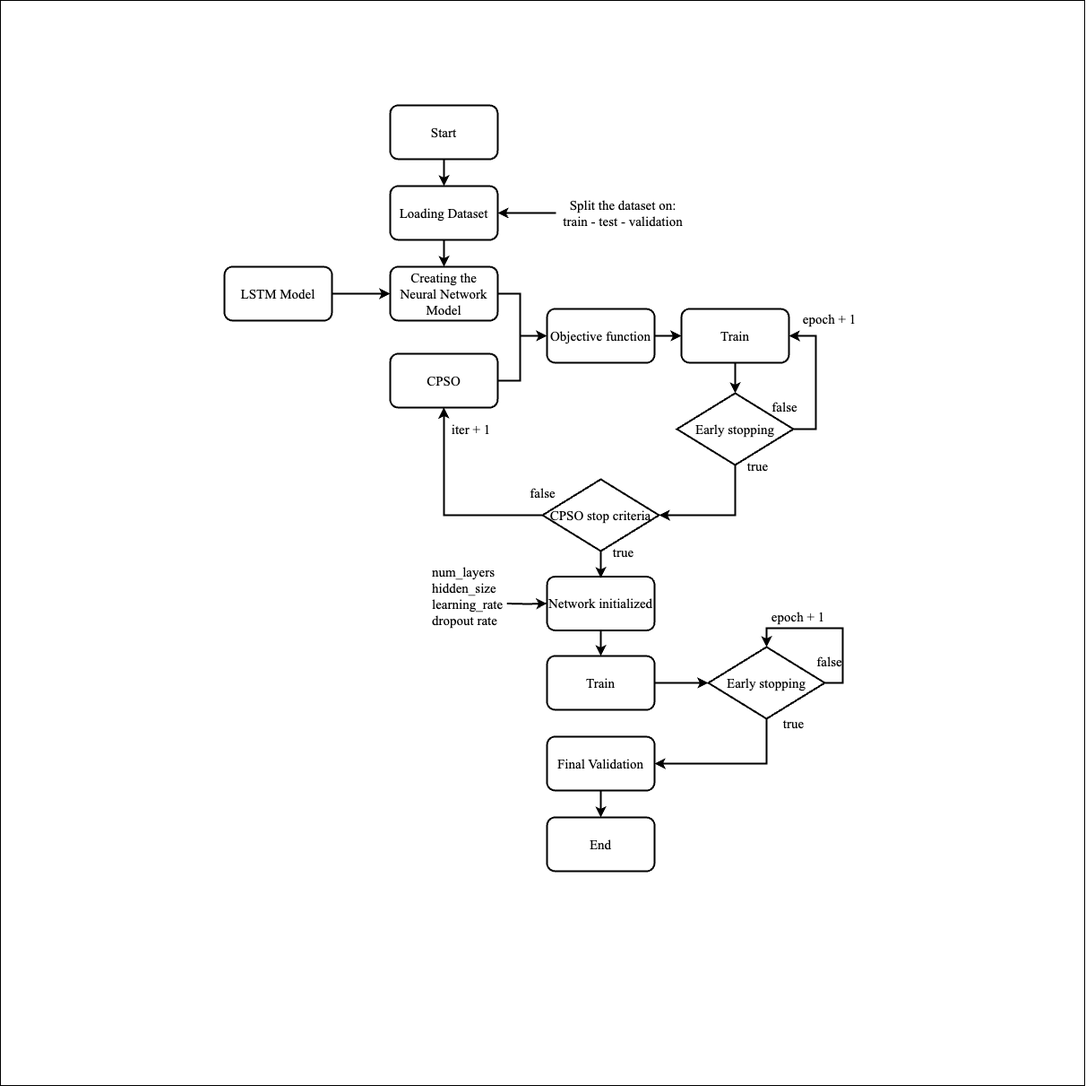
GiovanniIacuzzo/water-4.0 keeps this draw.io diagram as LSTM-CPSO-MODEL.png. Above is the earlier version. Source tidied: cells renumbered, new cells last; positions are measured from the earlier drawing's top-left corner, leaving out a move shared by most shapes.
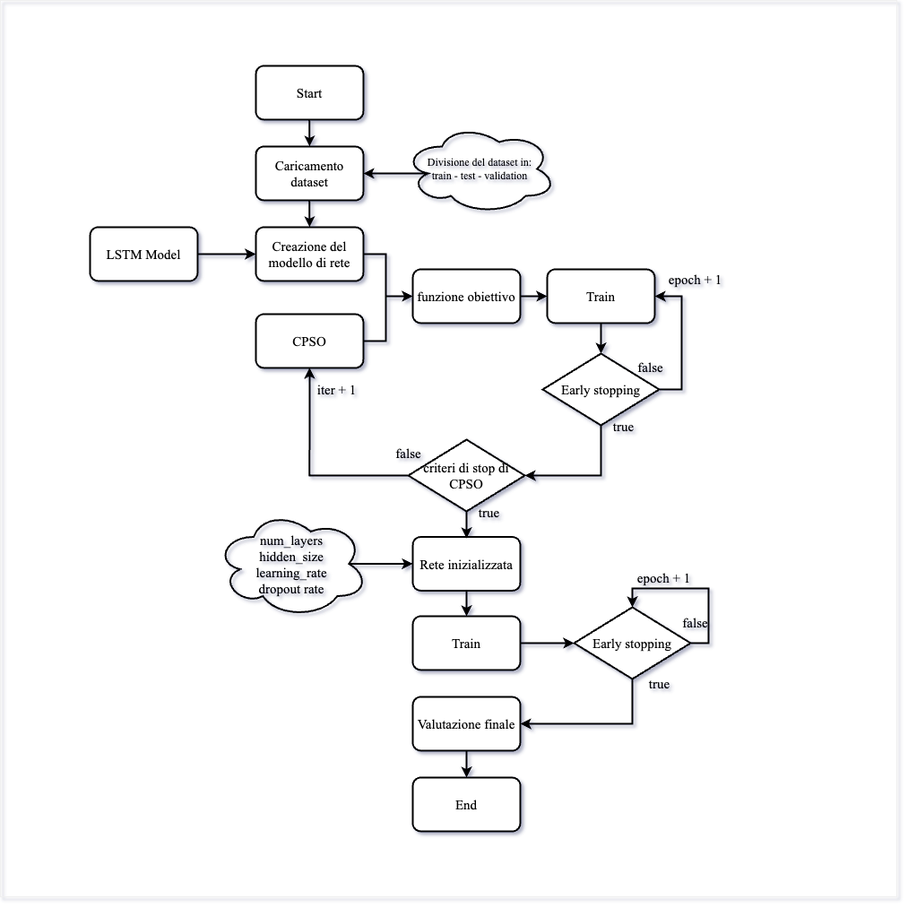
Above is the later version.

Commit message:
Rimuovi emoji dai messaggi di log e aggiungi visualizzazione dei primi 3 scenari

The edit, as a diff of the source:
```diff
@@ -11,15 +11,12 @@
     <mxCell id="4" style="edgeStyle=orthogonalEdgeStyle;shape=connector;rounded=0;jettySize=auto;html=1;labelBackgroundColor=default;strokeColor=#000000;strokeWidth=2;align=center;verticalAlign=middle;fontFamily=Helvetica;fontSize=11;fontColor=default;endArrow=classic;" parent="1" edge="1" source="5" target="9">
       <mxGeometry relative="1" as="geometry" />
     </mxCell>
-    <mxCell id="5" value="&lt;font face=&quot;Times New Roman&quot; color=&quot;#000000&quot; style=&quot;font-size: 15px;&quot;&gt;Loading Dataset&lt;/font&gt;" style="rounded=1;whiteSpace=wrap;html=1;strokeWidth=2;strokeColor=#000000;fillColor=#FFFFFF;" parent="1" vertex="1">
+    <mxCell id="5" value="&lt;font face=&quot;Times New Roman&quot; color=&quot;#000000&quot; style=&quot;font-size: 15px;&quot;&gt;Caricamento dataset&lt;/font&gt;" style="rounded=1;whiteSpace=wrap;html=1;strokeWidth=2;strokeColor=#000000;fillColor=#FFFFFF;" parent="1" vertex="1">
       <mxGeometry x="434.9" y="207" width="120" height="60" as="geometry" />
     </mxCell>
-    <mxCell id="6" style="edgeStyle=orthogonalEdgeStyle;shape=connector;rounded=0;jettySize=auto;html=1;labelBackgroundColor=default;strokeColor=#000000;strokeWidth=2;align=center;verticalAlign=middle;fontFamily=Helvetica;fontSize=11;fontColor=default;endArrow=classic;" parent="1" edge="1" source="7" target="5">
+    <mxCell id="6" style="edgeStyle=orthogonalEdgeStyle;shape=connector;rounded=0;jettySize=auto;html=1;labelBackgroundColor=default;strokeColor=#000000;strokeWidth=2;align=center;verticalAlign=middle;fontFamily=Helvetica;fontSize=11;fontColor=default;endArrow=classic;exitX=0.16;exitY=0.55;exitDx=0;exitDy=0;exitPerimeter=0;" parent="1" edge="1" source="46" target="5">
       <mxGeometry relative="1" as="geometry" />
     </mxCell>
-    <mxCell id="7" value="&lt;font color=&quot;#000000&quot;&gt;&lt;font style=&quot;font-size: 15px;&quot; face=&quot;Times New Roman&quot;&gt;Split the dataset on: train - test - validation&lt;/font&gt;&lt;br&gt;&lt;/font&gt;" style="text;html=1;strokeColor=none;fillColor=none;align=center;verticalAlign=middle;whiteSpace=wrap;rounded=0;fontSize=11;fontFamily=Helvetica;fontColor=default;" parent="1" vertex="1">
-      <mxGeometry x="619.9" y="207" width="150" height="60" as="geometry" />
-    </mxCell>
     <mxCell id="8" style="edgeStyle=orthogonalEdgeStyle;shape=connector;rounded=0;jettySize=auto;html=1;entryX=0;entryY=0.5;entryDx=0;entryDy=0;labelBackgroundColor=default;strokeColor=#000000;strokeWidth=2;align=center;verticalAlign=middle;fontFamily=Helvetica;fontSize=11;fontColor=default;endArrow=classic;" parent="1" edge="1" source="9" target="28">
       <mxGeometry relative="1" as="geometry">
         <Array as="points">
@@ -28,7 +25,7 @@
         </Array>
       </mxGeometry>
     </mxCell>
-    <mxCell id="9" value="&lt;font face=&quot;Times New Roman&quot; color=&quot;#000000&quot; style=&quot;font-size: 15px;&quot;&gt;Creating the Neural Network Model&lt;/font&gt;" style="rounded=1;whiteSpace=wrap;html=1;strokeWidth=2;strokeColor=#000000;fillColor=#FFFFFF;" parent="1" vertex="1">
+    <mxCell id="9" value="&lt;font face=&quot;Times New Roman&quot; color=&quot;#000000&quot; style=&quot;font-size: 15px;&quot;&gt;Creazione del modello di rete&lt;/font&gt;" style="rounded=1;whiteSpace=wrap;html=1;strokeWidth=2;strokeColor=#000000;fillColor=#FFFFFF;" parent="1" vertex="1">
       <mxGeometry x="434.9" y="297" width="120" height="60" as="geometry" />
     </mxCell>
     <mxCell id="10" style="edgeStyle=orthogonalEdgeStyle;shape=connector;rounded=0;jettySize=auto;html=1;entryX=0;entryY=0.5;entryDx=0;entryDy=0;labelBackgroundColor=default;strokeColor=#000000;strokeWidth=2;align=center;verticalAlign=middle;fontFamily=Helvetica;fontSize=11;fontColor=default;endArrow=classic;" parent="1" edge="1" source="11" target="28">
@@ -45,7 +42,7 @@
     <mxCell id="12" style="edgeStyle=orthogonalEdgeStyle;shape=connector;rounded=0;jettySize=auto;html=1;labelBackgroundColor=default;strokeColor=#000000;strokeWidth=2;align=center;verticalAlign=middle;fontFamily=Helvetica;fontSize=11;fontColor=default;endArrow=classic;" parent="1" edge="1" source="13" target="20">
       <mxGeometry relative="1" as="geometry" />
     </mxCell>
-    <mxCell id="13" value="&lt;font face=&quot;Times New Roman&quot; color=&quot;#000000&quot;&gt;&lt;span style=&quot;font-size: 15px;&quot;&gt;Network initialized&lt;/span&gt;&lt;/font&gt;" style="rounded=1;whiteSpace=wrap;html=1;strokeWidth=2;strokeColor=#000000;fillColor=#FFFFFF;" parent="1" vertex="1">
+    <mxCell id="13" value="&lt;font face=&quot;Times New Roman&quot; color=&quot;#000000&quot; style=&quot;font-size: 15px;&quot;&gt;Rete inizializzata&lt;/font&gt;" style="rounded=1;whiteSpace=wrap;html=1;strokeWidth=2;strokeColor=#000000;fillColor=#FFFFFF;" parent="1" vertex="1">
       <mxGeometry x="610" y="642.5" width="120" height="60" as="geometry" />
     </mxCell>
     <mxCell id="14" style="edgeStyle=orthogonalEdgeStyle;shape=connector;rounded=0;jettySize=auto;html=1;entryX=1;entryY=0.5;entryDx=0;entryDy=0;labelBackgroundColor=default;strokeColor=#000000;strokeWidth=2;align=center;verticalAlign=middle;fontFamily=Helvetica;fontSize=11;fontColor=default;endArrow=classic;" parent="1" edge="1" source="16" target="18">
@@ -81,7 +78,7 @@
     <mxCell id="21" style="edgeStyle=orthogonalEdgeStyle;shape=connector;rounded=0;jettySize=auto;html=1;labelBackgroundColor=default;strokeColor=#000000;strokeWidth=2;align=center;verticalAlign=middle;fontFamily=Helvetica;fontSize=11;fontColor=default;endArrow=classic;" parent="1" edge="1" source="22" target="23">
       <mxGeometry relative="1" as="geometry" />
     </mxCell>
-    <mxCell id="22" value="&lt;font face=&quot;Times New Roman&quot; color=&quot;#000000&quot; style=&quot;font-size: 15px;&quot;&gt;Final Validation&lt;br&gt;&lt;/font&gt;" style="rounded=1;whiteSpace=wrap;html=1;strokeWidth=2;strokeColor=#000000;fillColor=#FFFFFF;" parent="1" vertex="1">
+    <mxCell id="22" value="&lt;font face=&quot;Times New Roman&quot; color=&quot;#000000&quot; style=&quot;font-size: 15px;&quot;&gt;Valutazione finale&lt;br&gt;&lt;/font&gt;" style="rounded=1;whiteSpace=wrap;html=1;strokeWidth=2;strokeColor=#000000;fillColor=#FFFFFF;" parent="1" vertex="1">
       <mxGeometry x="610" y="821" width="120" height="60" as="geometry" />
     </mxCell>
     <mxCell id="23" value="&lt;font face=&quot;Times New Roman&quot; color=&quot;#000000&quot; style=&quot;font-size: 15px;&quot;&gt;End&lt;br&gt;&lt;/font&gt;" style="rounded=1;whiteSpace=wrap;html=1;strokeWidth=2;strokeColor=#000000;fillColor=#FFFFFF;" parent="1" vertex="1">
@@ -93,15 +90,10 @@
     <mxCell id="25" value="&lt;font face=&quot;Times New Roman&quot; color=&quot;#000000&quot; style=&quot;font-size: 15px;&quot;&gt;LSTM Model&lt;/font&gt;" style="rounded=1;whiteSpace=wrap;html=1;strokeWidth=2;strokeColor=#000000;fillColor=#FFFFFF;" parent="1" vertex="1">
       <mxGeometry x="250" y="297" width="120" height="60" as="geometry" />
     </mxCell>
-    <mxCell id="26" style="edgeStyle=orthogonalEdgeStyle;shape=connector;rounded=0;jettySize=auto;html=1;labelBackgroundColor=default;strokeColor=#000000;strokeWidth=2;align=center;verticalAlign=middle;fontFamily=Helvetica;fontSize=11;fontColor=default;endArrow=classic;" parent="1" edge="1" target="13">
-      <mxGeometry relative="1" as="geometry">
-        <mxPoint x="565.2" y="672.5" as="sourcePoint" />
-      </mxGeometry>
-    </mxCell>
     <mxCell id="27" style="edgeStyle=orthogonalEdgeStyle;shape=connector;rounded=0;jettySize=auto;html=1;labelBackgroundColor=default;strokeColor=#000000;strokeWidth=2;align=center;verticalAlign=middle;fontFamily=Helvetica;fontSize=11;fontColor=default;endArrow=classic;" parent="1" edge="1" source="28" target="18">
       <mxGeometry relative="1" as="geometry" />
     </mxCell>
-    <mxCell id="28" value="&lt;font face=&quot;Times New Roman&quot; color=&quot;#000000&quot;&gt;&lt;span style=&quot;font-size: 15px;&quot;&gt;Objective function&lt;/span&gt;&lt;/font&gt;" style="rounded=1;whiteSpace=wrap;html=1;strokeWidth=2;strokeColor=#000000;fillColor=#FFFFFF;" parent="1" vertex="1">
+    <mxCell id="28" value="&lt;font face=&quot;Times New Roman&quot; color=&quot;#000000&quot;&gt;&lt;span style=&quot;font-size: 15px;&quot;&gt;funzione obiettivo&lt;/span&gt;&lt;/font&gt;" style="rounded=1;whiteSpace=wrap;html=1;strokeWidth=2;strokeColor=#000000;fillColor=#FFFFFF;" parent="1" vertex="1">
       <mxGeometry x="610" y="344" width="120" height="60" as="geometry" />
     </mxCell>
     <mxCell id="29" style="edgeStyle=orthogonalEdgeStyle;shape=connector;rounded=0;jettySize=auto;html=1;labelBackgroundColor=default;strokeColor=#000000;strokeWidth=2;align=center;verticalAlign=middle;fontFamily=Helvetica;fontSize=11;fontColor=default;endArrow=classic;" parent="1" edge="1" source="30">
@@ -109,15 +101,12 @@
         <mxPoint x="670" y="644" as="targetPoint" />
       </mxGeometry>
     </mxCell>
-    <mxCell id="30" value="&lt;font style=&quot;font-size: 15px;&quot; face=&quot;Times New Roman&quot; color=&quot;#000000&quot;&gt;CPSO stop criteria&lt;/font&gt;" style="rhombus;whiteSpace=wrap;html=1;fontFamily=Helvetica;fontSize=11;fontColor=default;strokeWidth=2;strokeColor=#000000;fillColor=#FFFFFF;" parent="1" vertex="1">
+    <mxCell id="30" value="&lt;font style=&quot;font-size: 15px;&quot; face=&quot;Times New Roman&quot; color=&quot;#000000&quot;&gt;criteri di stop di CPSO&lt;/font&gt;" style="rhombus;whiteSpace=wrap;html=1;fontFamily=Helvetica;fontSize=11;fontColor=default;strokeWidth=2;strokeColor=#000000;fillColor=#FFFFFF;" parent="1" vertex="1">
       <mxGeometry x="605" y="534" width="130" height="80" as="geometry" />
     </mxCell>
     <mxCell id="31" style="edgeStyle=orthogonalEdgeStyle;shape=connector;rounded=0;jettySize=auto;html=1;entryX=0.5;entryY=1;entryDx=0;entryDy=0;labelBackgroundColor=default;strokeColor=#000000;strokeWidth=2;align=center;verticalAlign=middle;fontFamily=Helvetica;fontSize=11;fontColor=default;endArrow=classic;" parent="1" edge="1" source="30" target="11">
       <mxGeometry relative="1" as="geometry" />
     </mxCell>
-    <mxCell id="32" value="&lt;font face=&quot;Times New Roman&quot;&gt;&lt;span style=&quot;border-color: rgb(0, 0, 0); color: rgb(0, 0, 0); font-style: normal; font-variant-ligatures: normal; font-variant-caps: normal; font-weight: 400; letter-spacing: normal; orphans: 2; text-align: center; text-indent: 0px; text-transform: none; widows: 2; word-spacing: 0px; -webkit-text-stroke-width: 0px; background-color: initial; text-decoration-thickness: initial; text-decoration-style: initial; text-decoration-color: initial; font-size: 15px;&quot;&gt;num_layers&lt;/span&gt;&lt;br style=&quot;border-color: rgb(0, 0, 0); color: rgb(0, 0, 0); font-size: 12px; font-style: normal; font-variant-ligatures: normal; font-variant-caps: normal; font-weight: 400; letter-spacing: normal; orphans: 2; text-align: center; text-indent: 0px; text-transform: none; widows: 2; word-spacing: 0px; -webkit-text-stroke-width: 0px; background-color: rgb(27, 29, 30); text-decoration-thickness: initial; text-decoration-style: initial; text-decoration-color: initial;&quot;&gt;&lt;span style=&quot;border-color: rgb(0, 0, 0); color: rgb(0, 0, 0); font-style: normal; font-variant-ligatures: normal; font-variant-caps: normal; font-weight: 400; letter-spacing: normal; orphans: 2; text-align: center; text-indent: 0px; text-transform: none; widows: 2; word-spacing: 0px; -webkit-text-stroke-width: 0px; background-color: initial; text-decoration-thickness: initial; text-decoration-style: initial; text-decoration-color: initial; font-size: 15px;&quot;&gt;hidden_size&lt;/span&gt;&lt;br style=&quot;border-color: rgb(0, 0, 0); color: rgb(0, 0, 0); font-size: 12px; font-style: normal; font-variant-ligatures: normal; font-variant-caps: normal; font-weight: 400; letter-spacing: normal; orphans: 2; text-align: center; text-indent: 0px; text-transform: none; widows: 2; word-spacing: 0px; -webkit-text-stroke-width: 0px; background-color: rgb(27, 29, 30); text-decoration-thickness: initial; text-decoration-style: initial; text-decoration-color: initial;&quot;&gt;&lt;span style=&quot;border-color: rgb(0, 0, 0); color: rgb(0, 0, 0); font-style: normal; font-variant-ligatures: normal; font-variant-caps: normal; font-weight: 400; letter-spacing: normal; orphans: 2; text-align: center; text-indent: 0px; text-transform: none; widows: 2; word-spacing: 0px; -webkit-text-stroke-width: 0px; background-color: initial; text-decoration-thickness: initial; text-decoration-style: initial; text-decoration-color: initial; font-size: 15px;&quot;&gt;learning_rate&lt;/span&gt;&lt;br style=&quot;border-color: rgb(0, 0, 0); color: rgb(0, 0, 0); font-size: 12px; font-style: normal; font-variant-ligatures: normal; font-variant-caps: normal; font-weight: 400; letter-spacing: normal; orphans: 2; text-align: center; text-indent: 0px; text-transform: none; widows: 2; word-spacing: 0px; -webkit-text-stroke-width: 0px; background-color: rgb(27, 29, 30); text-decoration-thickness: initial; text-decoration-style: initial; text-decoration-color: initial;&quot;&gt;&lt;span style=&quot;border-color: rgb(0, 0, 0); color: rgb(0, 0, 0); font-style: normal; font-variant-ligatures: normal; font-variant-caps: normal; font-weight: 400; letter-spacing: normal; orphans: 2; text-align: center; text-indent: 0px; text-transform: none; widows: 2; word-spacing: 0px; -webkit-text-stroke-width: 0px; background-color: initial; text-decoration-thickness: initial; text-decoration-style: initial; text-decoration-color: initial; font-size: 15px;&quot;&gt;dropout rate&lt;/span&gt;&lt;/font&gt;" style="text;whiteSpace=wrap;html=1;fontSize=11;fontFamily=Helvetica;fontColor=default;" parent="1" vertex="1">
-      <mxGeometry x="480" y="622.5" width="90" height="100" as="geometry" />
-    </mxCell>
     <mxCell id="33" value="&lt;font color=&quot;#000000&quot; style=&quot;font-size: 15px;&quot; face=&quot;Times New Roman&quot;&gt;true&lt;/font&gt;" style="text;html=1;align=center;verticalAlign=middle;strokeColor=none;fillColor=none;fontSize=11;fontFamily=Helvetica;fontColor=default;" parent="1" vertex="1">
       <mxGeometry x="820" y="504" width="50" height="30" as="geometry" />
     </mxCell>
@@ -164,8 +153,17 @@
     <mxCell id="44" value="&lt;font face=&quot;Times New Roman&quot; color=&quot;#000000&quot;&gt;&lt;span style=&quot;font-size: 15px;&quot;&gt;epoch + 1&lt;/span&gt;&lt;/font&gt;" style="text;html=1;align=center;verticalAlign=middle;strokeColor=none;fillColor=none;fontSize=11;fontFamily=Helvetica;fontColor=default;" parent="1" vertex="1">
       <mxGeometry x="850" y="672.5" width="80" height="30" as="geometry" />
     </mxCell>
-    <mxCell id="45" style="whiteSpace=wrap;html=1;fillColor=none;" parent="1" vertex="1">
-      <mxGeometry width="1210" height="1210" as="geometry" />
-    </mxCell>
+    <mxCell id="46" value="&lt;div style=&quot;&quot;&gt;&lt;span style=&quot;color: rgb(0, 0, 0); background-color: initial;&quot;&gt;&lt;font style=&quot;font-size: 12px;&quot; face=&quot;Times New Roman&quot;&gt;Divisione del dataset in:&lt;/font&gt;&lt;/span&gt;&lt;/div&gt;&lt;div style=&quot;&quot;&gt;&lt;span style=&quot;color: rgb(0, 0, 0); background-color: initial;&quot;&gt;&lt;font style=&quot;font-size: 12px;&quot; face=&quot;Times New Roman&quot;&gt;train - test - validation&lt;/font&gt;&lt;/span&gt;&lt;/div&gt;" style="ellipse;shape=cloud;whiteSpace=wrap;html=1;align=center;verticalAlign=middle;fontFamily=Helvetica;fontSize=11;fontColor=default;fillColor=none;gradientColor=none;strokeColor=#000000;strokeWidth=2;" parent="1" vertex="1">
+      <mxGeometry x="600" y="182" width="170" height="100" as="geometry" />
+    </mxCell>
+    <mxCell id="47" style="edgeStyle=orthogonalEdgeStyle;shape=connector;rounded=0;jettySize=auto;html=1;labelBackgroundColor=default;strokeColor=#000000;strokeWidth=2;align=center;verticalAlign=middle;fontFamily=Helvetica;fontSize=11;fontColor=default;endArrow=classic;exitX=0.875;exitY=0.5;exitDx=0;exitDy=0;exitPerimeter=0;" parent="1" edge="1" source="32" target="13">
+      <mxGeometry relative="1" as="geometry" />
+    </mxCell>
+    <mxCell id="32" value="&lt;meta charset=&quot;utf-8&quot;&gt;&lt;span style=&quot;border-color: rgb(0, 0, 0); font-family: &amp;quot;Times New Roman&amp;quot;; font-style: normal; font-variant-ligatures: normal; font-variant-caps: normal; font-weight: 400; letter-spacing: normal; orphans: 2; text-indent: 0px; text-transform: none; widows: 2; word-spacing: 0px; -webkit-text-stroke-width: 0px; background-color: initial; text-decoration-thickness: initial; text-decoration-style: initial; text-decoration-color: initial; color: rgb(0, 0, 0); text-align: center; font-size: 15px;&quot;&gt;num_layers&lt;/span&gt;&lt;br style=&quot;border-color: rgb(0, 0, 0); font-family: &amp;quot;Times New Roman&amp;quot;; font-style: normal; font-variant-ligatures: normal; font-variant-caps: normal; font-weight: 400; letter-spacing: normal; orphans: 2; text-indent: 0px; text-transform: none; widows: 2; word-spacing: 0px; -webkit-text-stroke-width: 0px; text-decoration-thickness: initial; text-decoration-style: initial; text-decoration-color: initial; color: rgb(0, 0, 0); font-size: 12px; text-align: center; background-color: rgb(27, 29, 30);&quot;&gt;&lt;span style=&quot;border-color: rgb(0, 0, 0); font-family: &amp;quot;Times New Roman&amp;quot;; font-style: normal; font-variant-ligatures: normal; font-variant-caps: normal; font-weight: 400; letter-spacing: normal; orphans: 2; text-indent: 0px; text-transform: none; widows: 2; word-spacing: 0px; -webkit-text-stroke-width: 0px; background-color: initial; text-decoration-thickness: initial; text-decoration-style: initial; text-decoration-color: initial; color: rgb(0, 0, 0); text-align: center; font-size: 15px;&quot;&gt;hidden_size&lt;/span&gt;&lt;br style=&quot;border-color: rgb(0, 0, 0); font-family: &amp;quot;Times New Roman&amp;quot;; font-style: normal; font-variant-ligatures: normal; font-variant-caps: normal; font-weight: 400; letter-spacing: normal; orphans: 2; text-indent: 0px; text-transform: none; widows: 2; word-spacing: 0px; -webkit-text-stroke-width: 0px; text-decoration-thickness: initial; text-decoration-style: initial; text-decoration-color: initial; color: rgb(0, 0, 0); font-size: 12px; text-align: center; background-color: rgb(27, 29, 30);&quot;&gt;&lt;span style=&quot;border-color: rgb(0, 0, 0); font-family: &amp;quot;Times New Roman&amp;quot;; font-style: normal; font-variant-ligatures: normal; font-variant-caps: normal; font-weight: 400; letter-spacing: normal; orphans: 2; text-indent: 0px; text-transform: none; widows: 2; word-spacing: 0px; -webkit-text-stroke-width: 0px; background-color: initial; text-decoration-thickness: initial; text-decoration-style: initial; text-decoration-color: initial; color: rgb(0, 0, 0); text-align: center; font-size: 15px;&quot;&gt;learning_rate&lt;/span&gt;&lt;br style=&quot;border-color: rgb(0, 0, 0); font-family: &amp;quot;Times New Roman&amp;quot;; font-style: normal; font-variant-ligatures: normal; font-variant-caps: normal; font-weight: 400; letter-spacing: normal; orphans: 2; text-indent: 0px; text-transform: none; widows: 2; word-spacing: 0px; -webkit-text-stroke-width: 0px; text-decoration-thickness: initial; text-decoration-style: initial; text-decoration-color: initial; color: rgb(0, 0, 0); font-size: 12px; text-align: center; background-color: rgb(27, 29, 30);&quot;&gt;&lt;span style=&quot;border-color: rgb(0, 0, 0); font-family: &amp;quot;Times New Roman&amp;quot;; font-style: normal; font-variant-ligatures: normal; font-variant-caps: normal; font-weight: 400; letter-spacing: normal; orphans: 2; text-indent: 0px; text-transform: none; widows: 2; word-spacing: 0px; -webkit-text-stroke-width: 0px; background-color: initial; text-decoration-thickness: initial; text-decoration-style: initial; text-decoration-color: initial; color: rgb(0, 0, 0); text-align: center; font-size: 15px;&quot;&gt;dropout rate&lt;/span&gt;" style="ellipse;shape=cloud;whiteSpace=wrap;html=1;align=center;verticalAlign=middle;fontFamily=Helvetica;fontSize=11;fontColor=default;fillColor=none;gradientColor=none;strokeColor=#000000;strokeWidth=2;" parent="1" vertex="1">
+      <mxGeometry x="390" y="612.5" width="170" height="120" as="geometry" />
+    </mxCell>
+    <mxCell id="48" style="whiteSpace=wrap;html=1;fillColor=none;" parent="1" vertex="1">
+      <mxGeometry x="150" y="44" width="1000" height="1000" as="geometry" />
+    </mxCell>
   </root>
 </mxGraphModel>
```
